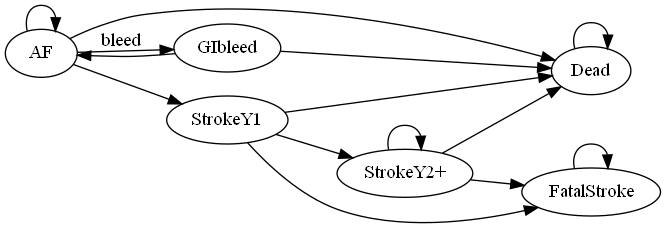
Earlier version of the Graphviz export vignettes/WatchBP.png (ajsims1704/rdecision). Its source is kept beside it as vignettes/WatchBP.gv.
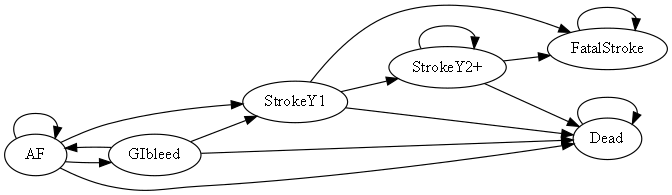
Above is the later version.

Diff of the diagram source:
```diff
@@ -2,11 +2,12 @@
   size="7,7" ;
   rankdir=LR ;
    "AF" -> "AF"  ;
-   "AF" -> "GIbleed" [ label =  "bleed" ] ;
+   "AF" -> "GIbleed"  ;
    "AF" -> "Dead"  ;
    "AF" -> "StrokeY1"  ;
    "GIbleed" -> "AF"  ;
    "GIbleed" -> "Dead"  ;
+   "GIbleed" -> "StrokeY1"  ;
    "StrokeY1" -> "FatalStroke"  ;
    "StrokeY1" -> "StrokeY2+"  ;
    "StrokeY1" -> "Dead"  ;
```
